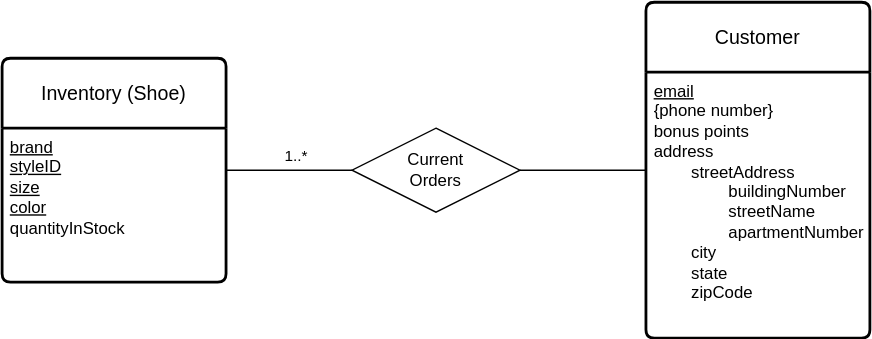
Above: Classes + Uni/PDS/Homeworks/Homework 1/Drawings/P2Sa.drawio.svg in ivanearisty/obsidian (draw.io), before the change. Source tidied: cells renumbered, new cells last; positions are measured from the earlier drawing's top-left corner, leaving out a move shared by most shapes.
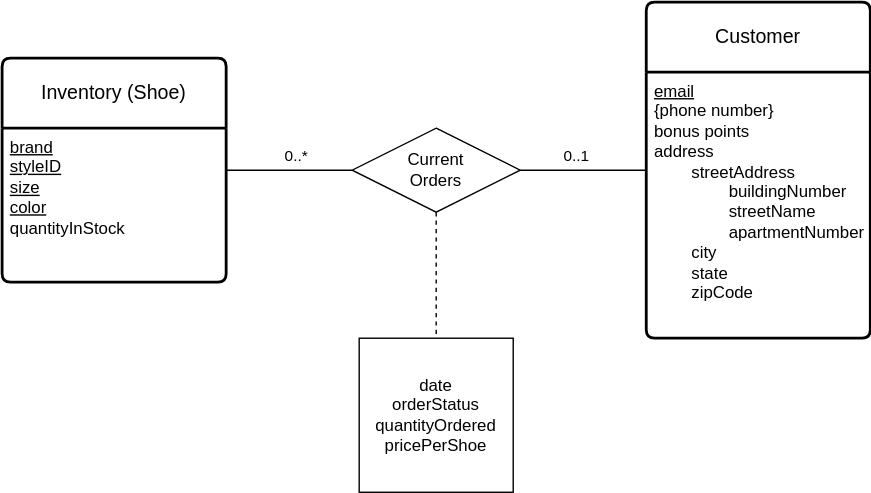
Later version of the same file.

Commit message:
vault backup: 2024-09-28 18:58:40

What changed in the source:
```diff
@@ -2,8 +2,8 @@
   <root>
     <mxCell id="0" />
     <mxCell id="1" parent="0" />
-    <mxCell id="2" style="edgeStyle=orthogonalEdgeStyle;rounded=0;jettySize=auto;html=1;endArrow=none;endFill=0;" parent="1" edge="1" source="3" target="8">
-      <mxGeometry relative="1" as="geometry" />
+    <mxCell id="2" value="0..1" style="edgeStyle=orthogonalEdgeStyle;rounded=0;jettySize=auto;html=1;endArrow=none;endFill=0;" parent="1" edge="1" source="3" target="8">
+      <mxGeometry x="0.11" y="-10" relative="1" as="geometry" />
     </mxCell>
     <mxCell id="3" value="Customer" style="swimlane;horizontal=1;startSize=50;rounded=1;fontSize=14;fontStyle=0;strokeWidth=2;shadow=0;dashed=0;align=center;arcSize=4;whiteSpace=wrap;html=1;" parent="1" vertex="1">
       <mxGeometry x="460" width="160" height="240" as="geometry" />
@@ -11,7 +11,7 @@
     <mxCell id="4" value="&lt;u&gt;email&lt;/u&gt;&lt;div&gt;{phone number}&lt;/div&gt;&lt;div&gt;bonus points&lt;/div&gt;&lt;div&gt;address&lt;/div&gt;&lt;div&gt;&lt;span style=&quot;white-space: pre;&quot;&gt;&#9;&lt;/span&gt;streetAddress&lt;br&gt;&lt;/div&gt;&lt;div&gt;&lt;span style=&quot;white-space: pre;&quot;&gt;&#9;&lt;/span&gt;&lt;span style=&quot;white-space: pre;&quot;&gt;&#9;&lt;/span&gt;buildingNumber&amp;nbsp;&lt;br&gt;&lt;/div&gt;&lt;div&gt;&lt;span style=&quot;white-space: pre;&quot;&gt;&#9;&lt;/span&gt;&lt;span style=&quot;white-space: pre;&quot;&gt;&#9;&lt;/span&gt;streetName&lt;br&gt;&lt;/div&gt;&lt;div&gt;&lt;span style=&quot;white-space: pre;&quot;&gt;&#9;&lt;/span&gt;&lt;span style=&quot;white-space: pre;&quot;&gt;&#9;&lt;/span&gt;apartmentNumber&lt;br&gt;&lt;/div&gt;&lt;div&gt;&lt;span style=&quot;white-space: pre;&quot;&gt;&#9;&lt;/span&gt;city&lt;br&gt;&lt;/div&gt;&lt;div&gt;&lt;span style=&quot;white-space: pre;&quot;&gt;&#9;&lt;/span&gt;state&lt;br&gt;&lt;/div&gt;&lt;div&gt;&lt;span style=&quot;white-space: pre;&quot;&gt;&#9;&lt;/span&gt;zipCode&lt;br&gt;&lt;/div&gt;" style="align=left;strokeColor=none;fillColor=none;spacingLeft=4;fontSize=12;verticalAlign=top;html=1;" parent="3" vertex="1">
       <mxGeometry y="50" width="160" height="190" as="geometry" />
     </mxCell>
-    <mxCell id="5" value="1..*" style="edgeStyle=orthogonalEdgeStyle;rounded=0;jettySize=auto;html=1;endArrow=none;endFill=0;" parent="1" edge="1" source="6" target="8">
+    <mxCell id="5" value="0..*" style="edgeStyle=orthogonalEdgeStyle;rounded=0;jettySize=auto;html=1;endArrow=none;endFill=0;" parent="1" edge="1" source="6" target="8">
       <mxGeometry x="0.11" y="10" relative="1" as="geometry" />
     </mxCell>
     <mxCell id="6" value="Inventory (Shoe)" style="swimlane;horizontal=1;startSize=50;rounded=1;fontSize=14;fontStyle=0;strokeWidth=2;shadow=0;dashed=0;align=center;arcSize=4;whiteSpace=wrap;html=1;" parent="1" vertex="1">
@@ -20,8 +20,14 @@
     <mxCell id="7" value="&lt;u&gt;brand&lt;/u&gt;&lt;div&gt;&lt;u&gt;styleID&lt;/u&gt;&lt;/div&gt;&lt;div&gt;&lt;u&gt;size&lt;/u&gt;&lt;/div&gt;&lt;div&gt;&lt;u&gt;color&lt;/u&gt;&lt;/div&gt;&lt;div&gt;quantityInStock&lt;/div&gt;" style="align=left;strokeColor=none;fillColor=none;spacingLeft=4;fontSize=12;verticalAlign=top;html=1;" parent="6" vertex="1">
       <mxGeometry y="50" width="160" height="110" as="geometry" />
     </mxCell>
+    <mxCell id="9" style="edgeStyle=orthogonalEdgeStyle;rounded=0;jettySize=auto;html=1;exitX=0.5;exitY=1;exitDx=0;exitDy=0;endArrow=none;endFill=0;dashed=1;" parent="1" edge="1" source="8" target="10">
+      <mxGeometry relative="1" as="geometry" />
+    </mxCell>
     <mxCell id="8" value="Current&lt;div&gt;Orders&lt;/div&gt;" style="shape=rhombus;perimeter=rhombusPerimeter;whiteSpace=wrap;html=1;align=center;" parent="1" vertex="1">
       <mxGeometry x="250" y="90" width="120" height="60" as="geometry" />
     </mxCell>
+    <mxCell id="10" value="date&lt;div&gt;orderStatus&lt;/div&gt;&lt;div&gt;quantityOrdered&lt;/div&gt;&lt;div&gt;pricePerShoe&lt;/div&gt;" style="html=1;whiteSpace=wrap;fillColor=none;" parent="1" vertex="1">
+      <mxGeometry x="255" y="240" width="110" height="110" as="geometry" />
+    </mxCell>
   </root>
 </mxGraphModel>
```
